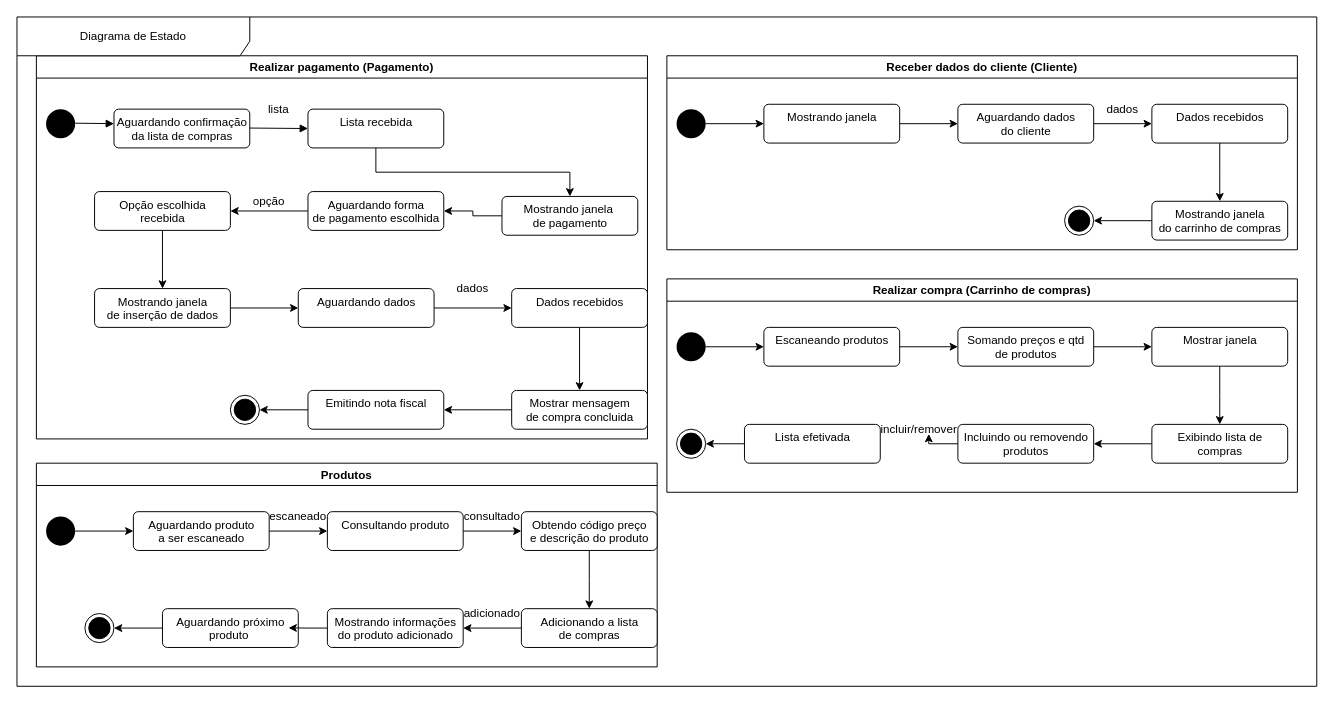
This is Diagramas/Untitled Diagram.drawio from guuisouza/UML-Software-Enginer, a draw.io file, before an edit. Source tidied: cells renumbered, new cells numbered last; positions are measured from the earlier drawing's top-left corner, leaving out a move shared by most shapes. Both pictures are drawn from the tidied source at 97%, with x=0, y=0 at pixel (16, 16).
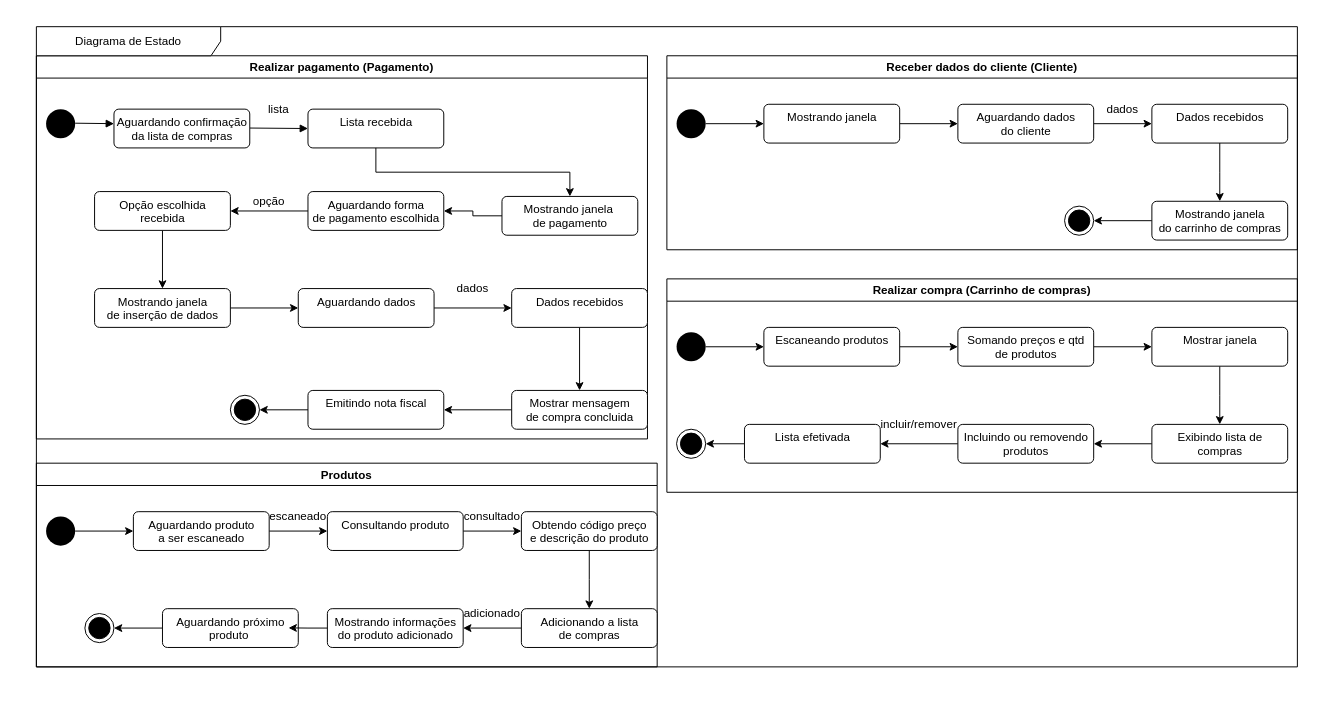
The same page after the edit.

The change refers to these unchanged cells:
```xml
<mxCell id="42" value="Realizar compra (Carrinho de compras)" style="swimlane;" parent="1" vertex="1">
  <mxGeometry x="670" y="270" width="650" height="220" as="geometry" />
</mxCell>
<mxCell id="54" value="Incluindo ou removendo&lt;br&gt;produtos" style="html=1;align=center;verticalAlign=top;rounded=1;absoluteArcSize=1;arcSize=10;dashed=0;" parent="42" vertex="1">
  <mxGeometry x="300" y="150" width="140" height="40" as="geometry" />
</mxCell>
<mxCell id="57" value="Lista efetivada" style="html=1;align=center;verticalAlign=top;rounded=1;absoluteArcSize=1;arcSize=10;dashed=0;" parent="42" vertex="1">
  <mxGeometry x="80" y="150" width="140" height="40" as="geometry" />
</mxCell>
```

The edit, as a diff of the source:
```diff
@@
+    <mxCell id="79" style="edgeStyle=orthogonalEdgeStyle;rounded=0;jettySize=auto;html=1;exitX=0;exitY=0.5;exitDx=0;exitDy=0;entryX=1;entryY=0.5;entryDx=0;entryDy=0;" parent="42" edge="1" source="54" target="57">
+      <mxGeometry relative="1" as="geometry" />
+    </mxCell>
@@
     <mxCell id="55" value="incluir/remover" style="text;html=1;strokeColor=none;fillColor=none;align=center;verticalAlign=middle;whiteSpace=wrap;rounded=0;" parent="42" vertex="1">
-      <mxGeometry x="230" y="140" width="60" height="30" as="geometry" />
+      <mxGeometry x="230" y="140" width="60" height="20" as="geometry" />
     </mxCell>
@@
-    <mxCell id="58" style="edgeStyle=orthogonalEdgeStyle;rounded=0;jettySize=auto;html=1;exitX=0;exitY=0.5;exitDx=0;exitDy=0;" parent="1" edge="1" source="54">
-      <mxGeometry relative="1" as="geometry">
-        <mxPoint x="940" y="429.9" as="targetPoint" />
-      </mxGeometry>
-    </mxCell>
@@
-    <mxCell id="78" value="Diagrama de Estado" style="shape=umlFrame;whiteSpace=wrap;html=1;width=240;height=40;" parent="1" vertex="1">
-      <mxGeometry width="1340" height="690" as="geometry" />
+    <mxCell id="78" value="Diagrama de Estado" style="shape=umlFrame;whiteSpace=wrap;html=1;width=190;height=30;" parent="1" vertex="1">
+      <mxGeometry x="20" y="10" width="1300" height="660" as="geometry" />
     </mxCell>
```
